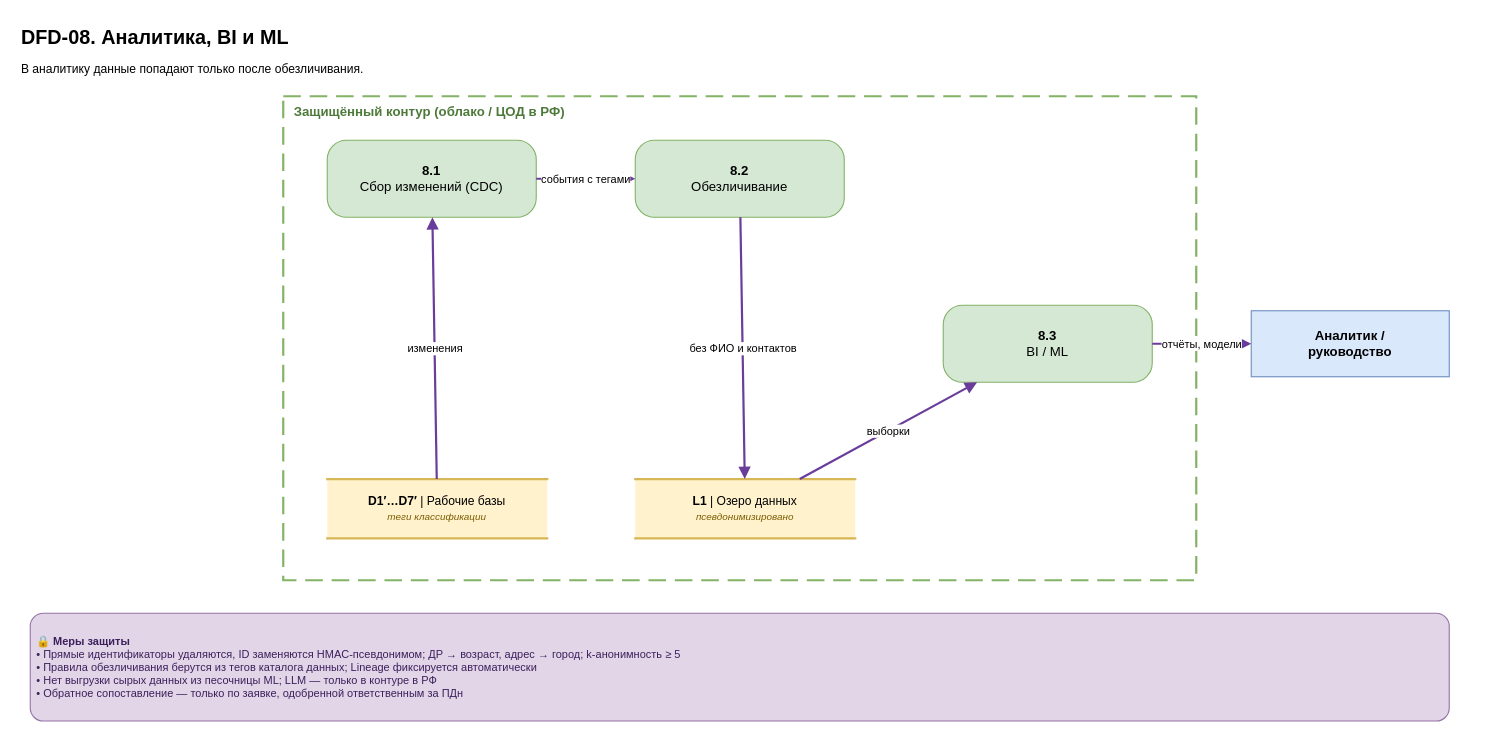
The draw.io diagram Task1/dfd/DFD-08-analytics.drawio in SiritosKon/architecture-medikamente, before the edit. Source tidied: cells renumbered, new cells numbered last; positions are measured from the earlier drawing's top-left corner, leaving out a move shared by most shapes. Both pictures are drawn from the tidied source at 110%, with x=0, y=0 at pixel (19, 19).
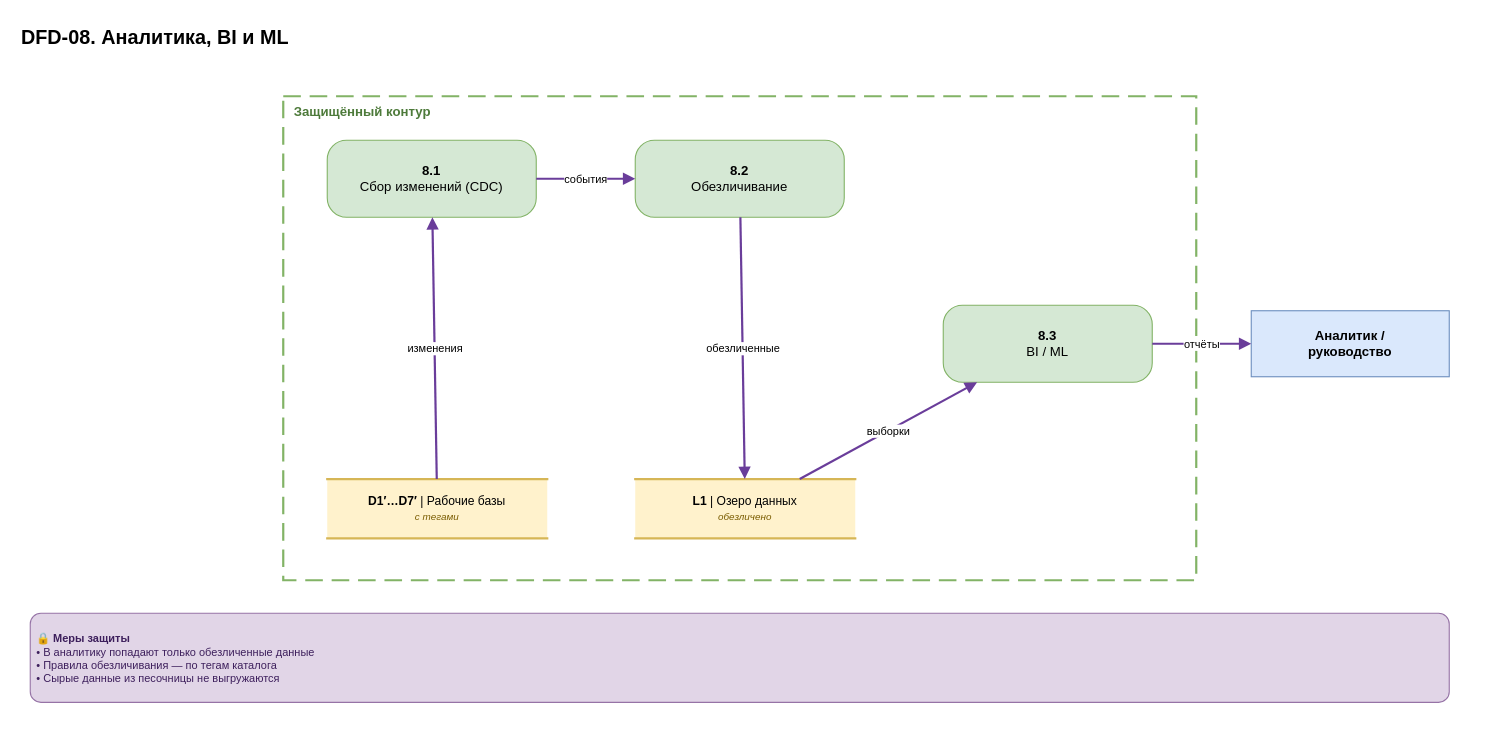
The same page after the edit.

Change to the diagram source:
```diff
@@
 <mxGraphModel>
   <root>
     <mxCell id="0" />
     <mxCell id="1" parent="0" />
     <mxCell id="2" value="DFD-08. Аналитика, BI и ML" style="text;html=1;align=left;verticalAlign=top;fontSize=18;fontStyle=1;whiteSpace=wrap;" parent="1" vertex="1">
       <mxGeometry width="1320" height="30" as="geometry" />
     </mxCell>
-    <mxCell id="3" value="В аналитику данные попадают только после обезличивания." style="text;html=1;align=left;verticalAlign=top;fontSize=11;whiteSpace=wrap;" parent="1" vertex="1">
-      <mxGeometry y="32" width="1320" height="24" as="geometry" />
+    <mxCell id="3" value="Защищённый контур" style="rounded=0;whiteSpace=wrap;html=1;dashed=1;dashPattern=8 4;fillColor=none;strokeColor=#82b366;strokeWidth=2;verticalAlign=top;align=left;spacingLeft=8;fontColor=#4d7a3a;fontStyle=1;fontSize=12;" parent="1" vertex="1">
+      <mxGeometry x="240" y="70" width="830" height="440" as="geometry" />
     </mxCell>
-    <mxCell id="4" value="Защищённый контур (облако / ЦОД в РФ)" style="rounded=0;whiteSpace=wrap;html=1;dashed=1;dashPattern=8 4;fillColor=none;strokeColor=#82b366;strokeWidth=2;verticalAlign=top;align=left;spacingLeft=8;fontColor=#4d7a3a;fontStyle=1;fontSize=12;" parent="1" vertex="1">
-      <mxGeometry x="240" y="70" width="830" height="440" as="geometry" />
+    <mxCell id="4" value="Аналитик /&lt;br&gt;руководство" style="rounded=0;whiteSpace=wrap;html=1;fillColor=#dae8fc;strokeColor=#6c8ebf;fontStyle=1;fontSize=12;" parent="1" vertex="1">
+      <mxGeometry x="1120" y="265" width="180" height="60" as="geometry" />
     </mxCell>
-    <mxCell id="5" value="Аналитик /&lt;br&gt;руководство" style="rounded=0;whiteSpace=wrap;html=1;fillColor=#dae8fc;strokeColor=#6c8ebf;fontStyle=1;fontSize=12;" parent="1" vertex="1">
-      <mxGeometry x="1120" y="265" width="180" height="60" as="geometry" />
+    <mxCell id="5" value="&lt;b&gt;D1′…D7′&lt;/b&gt; | Рабочие базы&lt;br&gt;&lt;i&gt;&lt;font style=&quot;font-size:9px&quot; color=&quot;#7a5c00&quot;&gt;с тегами&lt;/font&gt;&lt;/i&gt;" style="shape=partialRectangle;whiteSpace=wrap;html=1;left=0;right=0;fillColor=#fff2cc;strokeColor=#d6b656;strokeWidth=2;fontSize=11;" parent="1" vertex="1">
+      <mxGeometry x="280" y="418" width="200" height="54" as="geometry" />
     </mxCell>
-    <mxCell id="6" value="&lt;b&gt;D1′…D7′&lt;/b&gt; | Рабочие базы&lt;br&gt;&lt;i&gt;&lt;font style=&quot;font-size:9px&quot; color=&quot;#7a5c00&quot;&gt;теги классификации&lt;/font&gt;&lt;/i&gt;" style="shape=partialRectangle;whiteSpace=wrap;html=1;left=0;right=0;fillColor=#fff2cc;strokeColor=#d6b656;strokeWidth=2;fontSize=11;" parent="1" vertex="1">
-      <mxGeometry x="280" y="418" width="200" height="54" as="geometry" />
+    <mxCell id="6" value="&lt;b&gt;8.1&lt;/b&gt;&lt;br&gt;Сбор изменений (CDC)" style="rounded=1;arcSize=25;whiteSpace=wrap;html=1;fillColor=#d5e8d4;strokeColor=#82b366;fontSize=12;" parent="1" vertex="1">
+      <mxGeometry x="280" y="110" width="190" height="70" as="geometry" />
     </mxCell>
-    <mxCell id="7" value="&lt;b&gt;8.1&lt;/b&gt;&lt;br&gt;Сбор изменений (CDC)" style="rounded=1;arcSize=25;whiteSpace=wrap;html=1;fillColor=#d5e8d4;strokeColor=#82b366;fontSize=12;" parent="1" vertex="1">
-      <mxGeometry x="280" y="110" width="190" height="70" as="geometry" />
+    <mxCell id="7" value="&lt;b&gt;8.2&lt;/b&gt;&lt;br&gt;Обезличивание" style="rounded=1;arcSize=25;whiteSpace=wrap;html=1;fillColor=#d5e8d4;strokeColor=#82b366;fontSize=12;" parent="1" vertex="1">
+      <mxGeometry x="560" y="110" width="190" height="70" as="geometry" />
     </mxCell>
-    <mxCell id="8" value="&lt;b&gt;8.2&lt;/b&gt;&lt;br&gt;Обезличивание" style="rounded=1;arcSize=25;whiteSpace=wrap;html=1;fillColor=#d5e8d4;strokeColor=#82b366;fontSize=12;" parent="1" vertex="1">
-      <mxGeometry x="560" y="110" width="190" height="70" as="geometry" />
+    <mxCell id="8" value="&lt;b&gt;L1&lt;/b&gt; | Озеро данных&lt;br&gt;&lt;i&gt;&lt;font style=&quot;font-size:9px&quot; color=&quot;#7a5c00&quot;&gt;обезличено&lt;/font&gt;&lt;/i&gt;" style="shape=partialRectangle;whiteSpace=wrap;html=1;left=0;right=0;fillColor=#fff2cc;strokeColor=#d6b656;strokeWidth=2;fontSize=11;" parent="1" vertex="1">
+      <mxGeometry x="560" y="418" width="200" height="54" as="geometry" />
     </mxCell>
-    <mxCell id="9" value="&lt;b&gt;L1&lt;/b&gt; | Озеро данных&lt;br&gt;&lt;i&gt;&lt;font style=&quot;font-size:9px&quot; color=&quot;#7a5c00&quot;&gt;псевдонимизировано&lt;/font&gt;&lt;/i&gt;" style="shape=partialRectangle;whiteSpace=wrap;html=1;left=0;right=0;fillColor=#fff2cc;strokeColor=#d6b656;strokeWidth=2;fontSize=11;" parent="1" vertex="1">
-      <mxGeometry x="560" y="418" width="200" height="54" as="geometry" />
+    <mxCell id="9" value="&lt;b&gt;8.3&lt;/b&gt;&lt;br&gt;BI / ML" style="rounded=1;arcSize=25;whiteSpace=wrap;html=1;fillColor=#d5e8d4;strokeColor=#82b366;fontSize=12;" parent="1" vertex="1">
+      <mxGeometry x="840" y="260" width="190" height="70" as="geometry" />
     </mxCell>
-    <mxCell id="10" value="&lt;b&gt;8.3&lt;/b&gt;&lt;br&gt;BI / ML" style="rounded=1;arcSize=25;whiteSpace=wrap;html=1;fillColor=#d5e8d4;strokeColor=#82b366;fontSize=12;" parent="1" vertex="1">
-      <mxGeometry x="840" y="260" width="190" height="70" as="geometry" />
+    <mxCell id="10" value="изменения" style="html=1;endArrow=block;endFill=1;strokeColor=#6a3d9a;strokeWidth=2;fontSize=10;labelBackgroundColor=#ffffff;" parent="1" edge="1" source="5" target="6">
+      <mxGeometry relative="1" as="geometry" />
     </mxCell>
-    <mxCell id="11" value="изменения" style="html=1;endArrow=block;endFill=1;strokeColor=#6a3d9a;strokeWidth=2;fontSize=10;labelBackgroundColor=#ffffff;" parent="1" edge="1" source="6" target="7">
+    <mxCell id="11" value="события" style="html=1;endArrow=block;endFill=1;strokeColor=#6a3d9a;strokeWidth=2;fontSize=10;labelBackgroundColor=#ffffff;" parent="1" edge="1" source="6" target="7">
       <mxGeometry relative="1" as="geometry" />
     </mxCell>
-    <mxCell id="12" value="события с тегами" style="html=1;endArrow=block;endFill=1;strokeColor=#6a3d9a;strokeWidth=2;fontSize=10;labelBackgroundColor=#ffffff;" parent="1" edge="1" source="7" target="8">
+    <mxCell id="12" value="обезличенные" style="html=1;endArrow=block;endFill=1;strokeColor=#6a3d9a;strokeWidth=2;fontSize=10;labelBackgroundColor=#ffffff;" parent="1" edge="1" source="7" target="8">
       <mxGeometry relative="1" as="geometry" />
     </mxCell>
-    <mxCell id="13" value="без ФИО и контактов" style="html=1;endArrow=block;endFill=1;strokeColor=#6a3d9a;strokeWidth=2;fontSize=10;labelBackgroundColor=#ffffff;" parent="1" edge="1" source="8" target="9">
+    <mxCell id="13" value="выборки" style="html=1;endArrow=block;endFill=1;strokeColor=#6a3d9a;strokeWidth=2;fontSize=10;labelBackgroundColor=#ffffff;" parent="1" edge="1" source="8" target="9">
       <mxGeometry relative="1" as="geometry" />
     </mxCell>
-    <mxCell id="14" value="выборки" style="html=1;endArrow=block;endFill=1;strokeColor=#6a3d9a;strokeWidth=2;fontSize=10;labelBackgroundColor=#ffffff;" parent="1" edge="1" source="9" target="10">
+    <mxCell id="14" value="отчёты" style="html=1;endArrow=block;endFill=1;strokeColor=#6a3d9a;strokeWidth=2;fontSize=10;labelBackgroundColor=#ffffff;" parent="1" edge="1" source="9" target="4">
       <mxGeometry relative="1" as="geometry" />
     </mxCell>
-    <mxCell id="15" value="отчёты, модели" style="html=1;endArrow=block;endFill=1;strokeColor=#6a3d9a;strokeWidth=2;fontSize=10;labelBackgroundColor=#ffffff;" parent="1" edge="1" source="10" target="5">
-      <mxGeometry relative="1" as="geometry" />
+    <mxCell id="15" value="&lt;b&gt;🔒 Меры защиты&lt;/b&gt;&lt;br&gt;• В аналитику попадают только обезличенные данные&lt;br&gt;• Правила обезличивания — по тегам каталога&lt;br&gt;• Сырые данные из песочницы не выгружаются" style="rounded=1;whiteSpace=wrap;html=1;fillColor=#e1d5e7;strokeColor=#9673a6;fontColor=#3d1f5c;fontSize=10;align=left;spacingLeft=4;arcSize=12;" parent="1" vertex="1">
+      <mxGeometry x="10" y="540" width="1290" height="81" as="geometry" />
     </mxCell>
-    <mxCell id="16" value="&lt;b&gt;🔒 Меры защиты&lt;/b&gt;&lt;br&gt;• Прямые идентификаторы удаляются, ID заменяются HMAC-псевдонимом; ДР → возраст, адрес → город; k-анонимность ≥ 5&lt;br&gt;• Правила обезличивания берутся из тегов каталога данных; Lineage фиксируется автоматически&lt;br&gt;• Нет выгрузки сырых данных из песочницы ML; LLM — только в контуре в РФ&lt;br&gt;• Обратное сопоставление — только по заявке, одобренной ответственным за ПДн" style="rounded=1;whiteSpace=wrap;html=1;fillColor=#e1d5e7;strokeColor=#9673a6;fontColor=#3d1f5c;fontSize=10;align=left;spacingLeft=4;arcSize=12;" parent="1" vertex="1">
-      <mxGeometry x="10" y="540" width="1290" height="98" as="geometry" />
-    </mxCell>
   </root>
 </mxGraphModel>
```
